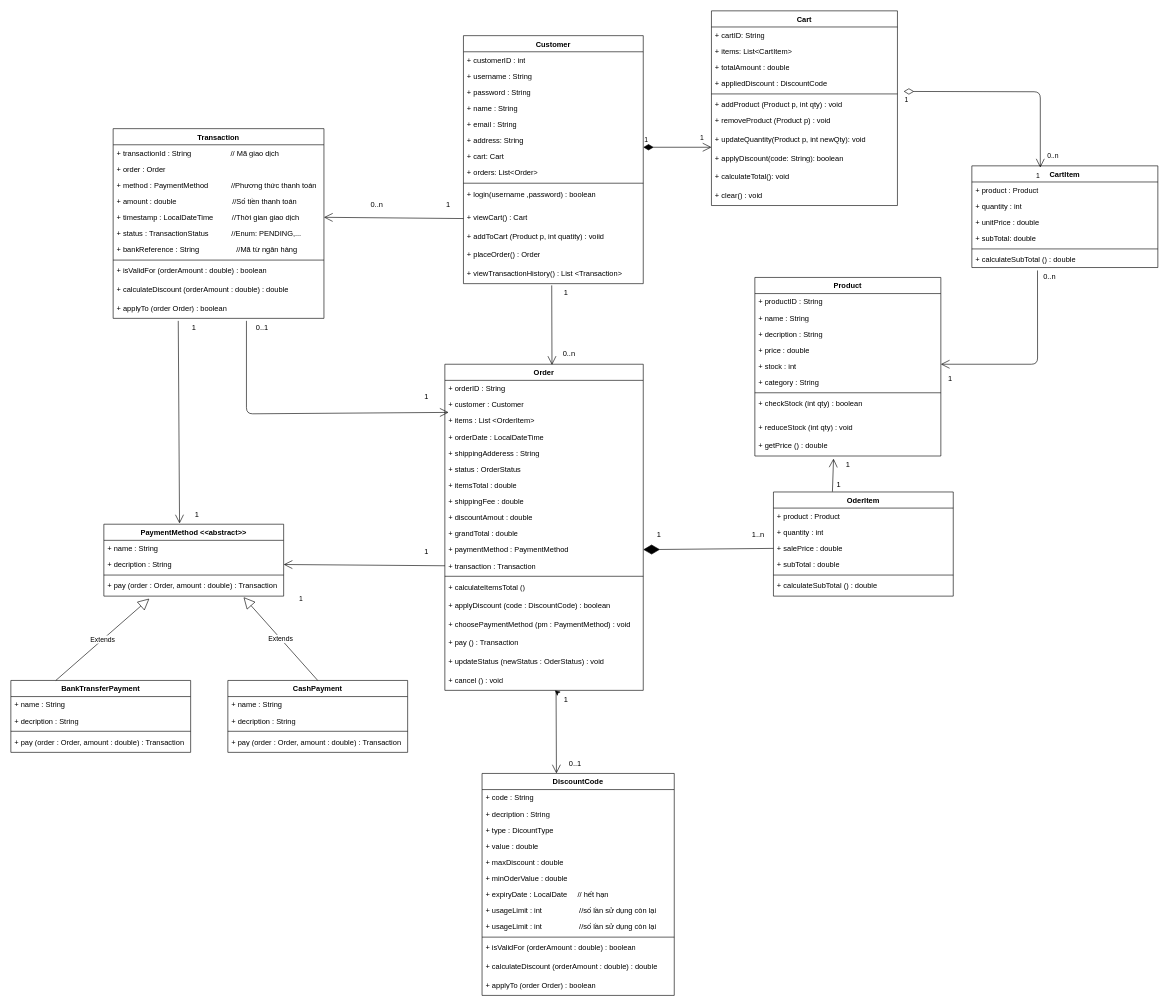
Earlier version of the draw.io diagram Class Diagram/Cart_Checkout.drawio (NguyenThaiDung2003/IT3120Nhom11). Source tidied: cells renumbered, new cells numbered last; positions are measured from the earlier drawing's top-left corner, leaving out a move shared by most shapes. Both pictures are drawn from the tidied source at 62%, with x=0, y=0 at pixel (11, 11).
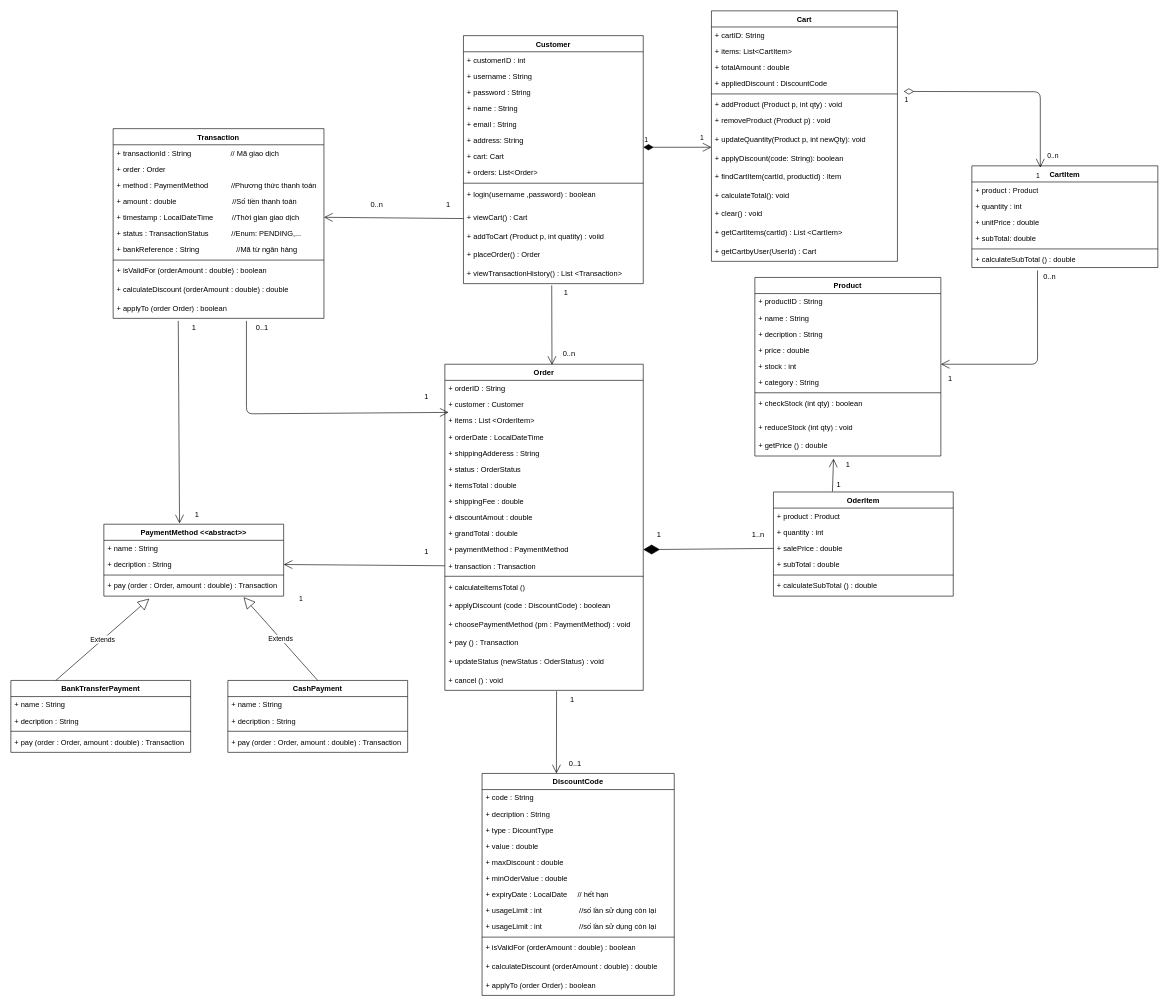
After the change.

The change refers to these unchanged cells:
```xml
<mxCell id="48" value="+ cancel () : void" style="text;strokeColor=none;fillColor=none;align=left;verticalAlign=top;spacingLeft=4;spacingRight=4;overflow=hidden;points=[[0,0.5],[1,0.5]];portConstraint=eastwest;whiteSpace=wrap;html=1;" parent="29" vertex="1">
  <mxGeometry y="496" width="320" height="30" as="geometry" />
</mxCell>
<mxCell id="74" value="DiscountCode" style="swimlane;fontStyle=1;align=center;verticalAlign=top;horizontal=1;startSize=26;whiteSpace=wrap;html=1;" parent="1" vertex="1">
  <mxGeometry x="760" y="1230" width="310" height="358" as="geometry" />
</mxCell>
```

The edit, as a diff of the source:
```diff
@@
     <mxCell id="17" value="Cart" style="swimlane;fontStyle=1;align=center;verticalAlign=top;horizontal=1;startSize=26;whiteSpace=wrap;html=1;" parent="1" vertex="1">
-      <mxGeometry x="1130" width="300" height="314" as="geometry" />
+      <mxGeometry x="1130" width="300" height="404" as="geometry" />
     </mxCell>
@@
+    <mxCell id="151" value="+ findCartItem(cartId, productId) : Item" style="text;strokeColor=none;fillColor=none;align=left;verticalAlign=top;spacingLeft=4;spacingRight=4;overflow=hidden;whiteSpace=wrap;html=1;" parent="17" vertex="1">
+      <mxGeometry y="254" width="300" height="30" as="geometry" />
+    </mxCell>
     <mxCell id="27" value="+&amp;nbsp;&lt;span style=&quot;background-color: transparent;&quot;&gt;calculateTotal(): void&lt;/span&gt;" style="text;strokeColor=none;fillColor=none;align=left;verticalAlign=top;spacingLeft=4;spacingRight=4;overflow=hidden;whiteSpace=wrap;html=1;" parent="17" vertex="1">
-      <mxGeometry y="254" width="300" height="30" as="geometry" />
+      <mxGeometry y="284" width="300" height="30" as="geometry" />
     </mxCell>
     <mxCell id="28" value="+ clear() : void" style="text;strokeColor=none;fillColor=none;align=left;verticalAlign=top;spacingLeft=4;spacingRight=4;overflow=hidden;whiteSpace=wrap;html=1;" parent="17" vertex="1">
-      <mxGeometry y="284" width="300" height="30" as="geometry" />
+      <mxGeometry y="314" width="300" height="30" as="geometry" />
     </mxCell>
+    <mxCell id="152" value="+ getCartItems(cartId) : List &amp;lt;CartIem&amp;gt;" style="text;strokeColor=none;fillColor=none;align=left;verticalAlign=top;spacingLeft=4;spacingRight=4;overflow=hidden;whiteSpace=wrap;html=1;" parent="17" vertex="1">
+      <mxGeometry y="344" width="300" height="30" as="geometry" />
+    </mxCell>
+    <mxCell id="153" value="+ getCartbyUser(UserId) : Cart" style="text;strokeColor=none;fillColor=none;align=left;verticalAlign=top;spacingLeft=4;spacingRight=4;overflow=hidden;whiteSpace=wrap;html=1;" parent="17" vertex="1">
+      <mxGeometry y="374" width="300" height="30" as="geometry" />
+    </mxCell>
@@
-    <mxCell id="135" style="endArrow=open;endFill=1;endSize=12;html=1;entryX=0.387;entryY=0;entryDx=0;entryDy=0;exitX=-0.02;exitY=0.049;exitDx=0;exitDy=0;entryPerimeter=0;exitPerimeter=0;" parent="1" edge="1" source="137" target="74">
+    <mxCell id="135" style="endArrow=open;endFill=1;endSize=12;html=1;entryX=0.387;entryY=0;entryDx=0;entryDy=0;entryPerimeter=0;exitX=0.563;exitY=1.045;exitDx=0;exitDy=0;exitPerimeter=0;" parent="1" edge="1" source="48" target="74">
       <mxGeometry relative="1" as="geometry" />
     </mxCell>
-    <mxCell id="136" style="edgeStyle=none;html=1;" parent="1" edge="1" source="137" target="48">
-      <mxGeometry relative="1" as="geometry" />
-    </mxCell>
     <mxCell id="137" value="1" style="text;html=1;align=center;verticalAlign=middle;points=[];strokeColor=none;fillColor=none;" parent="1" vertex="1">
-      <mxGeometry x="880" y="1096" width="30" height="30" as="geometry" />
+      <mxGeometry x="890" y="1096" width="30" height="30" as="geometry" />
     </mxCell>
```
